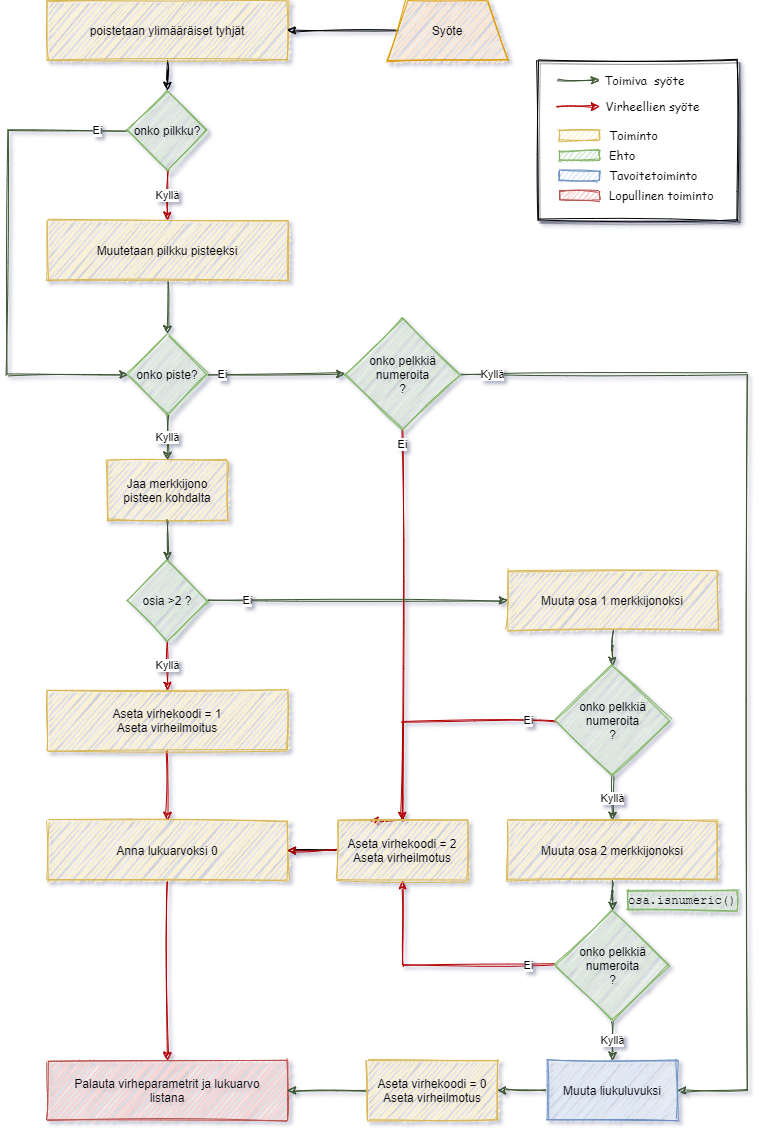
This is docs/Drawings/SanityVuokaavio1.png from TomasJouhilampi/Painonhallinta, a draw.io export, as it was before one commit. Source tidied: cells renumbered, new cells last; positions are measured from the earlier drawing's top-left corner, leaving out a move shared by most shapes.
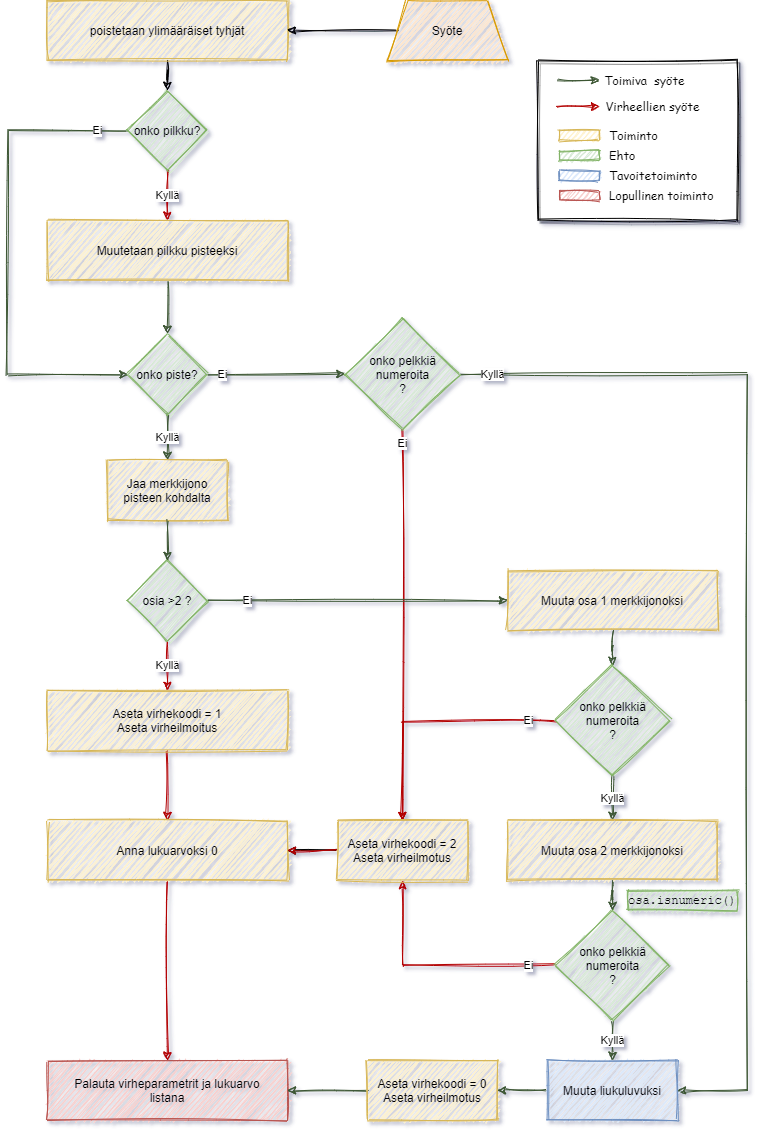
Later version of the same file.

Commit message:
Siistitty nuolia

What changed in the source:
```diff
@@ -2,11 +2,8 @@
   <root>
     <mxCell id="0" />
     <mxCell id="1" parent="0" />
-    <mxCell id="2" value="Ei" style="edgeStyle=orthogonalEdgeStyle;rounded=0;sketch=1;jettySize=auto;html=1;entryX=0.25;entryY=0;entryDx=0;entryDy=0;fillColor=#e51400;strokeColor=#B20000;" parent="1" edge="1" source="43" target="38">
+    <mxCell id="2" value="Ei" style="edgeStyle=orthogonalEdgeStyle;rounded=0;sketch=1;jettySize=auto;html=1;entryX=0.5;entryY=0;entryDx=0;entryDy=0;fillColor=#e51400;strokeColor=#B20000;" parent="1" edge="1" source="43" target="38">
       <mxGeometry x="-0.93" relative="1" as="geometry">
-        <Array as="points">
-          <mxPoint x="395" y="820" />
-        </Array>
         <mxPoint y="1" as="offset" />
       </mxGeometry>
     </mxCell>
```
